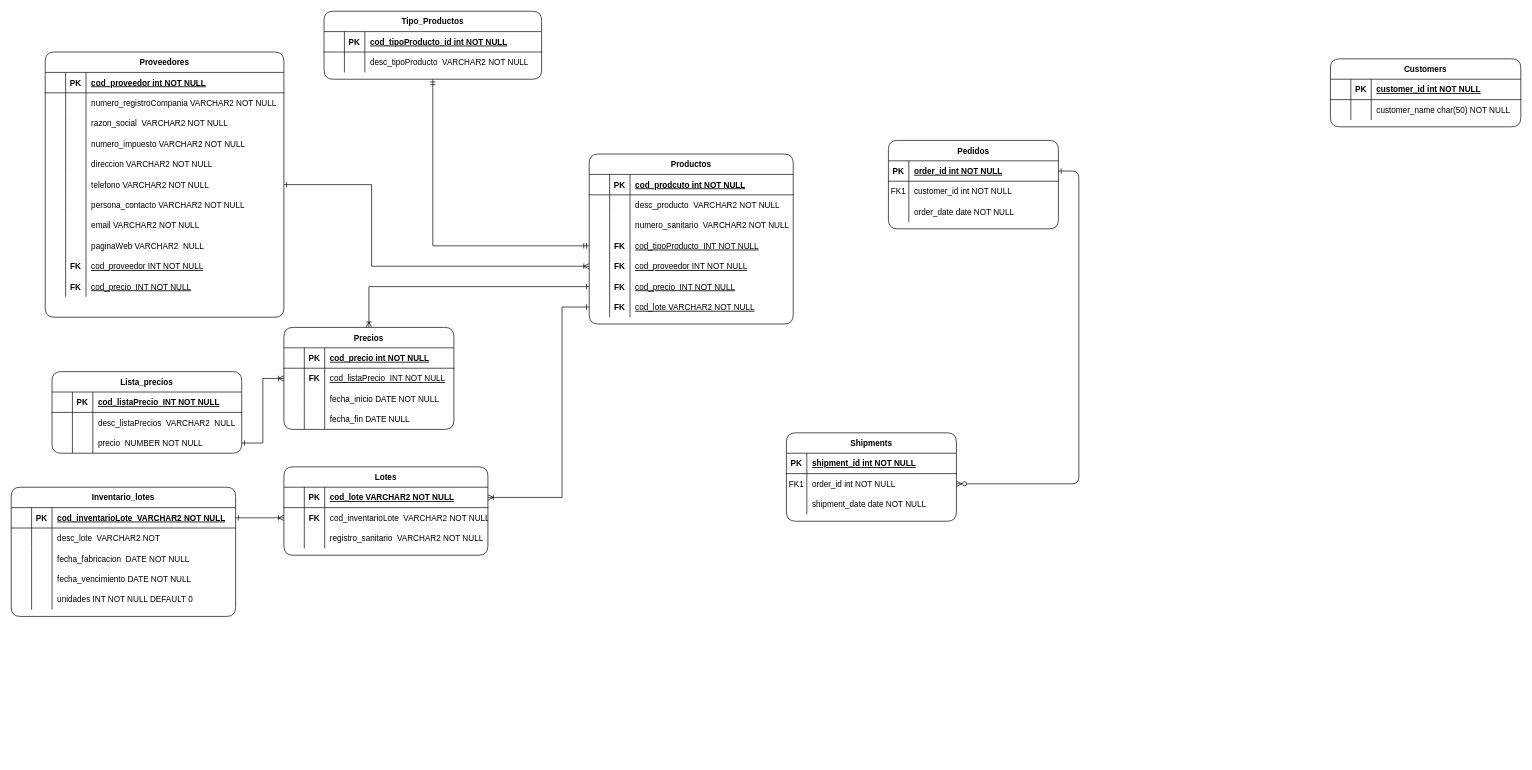
frankddiazr/InteligenciadeNegociosActividades keeps this draw.io diagram as Actividad1.drawio. Above is the earlier version. Source tidied: cells renumbered, new cells numbered last; positions are measured from the earlier drawing's top-left corner, leaving out a move shared by most shapes. Both pictures are drawn from the tidied source at 68%, with x=0, y=0 at pixel (11, 11).
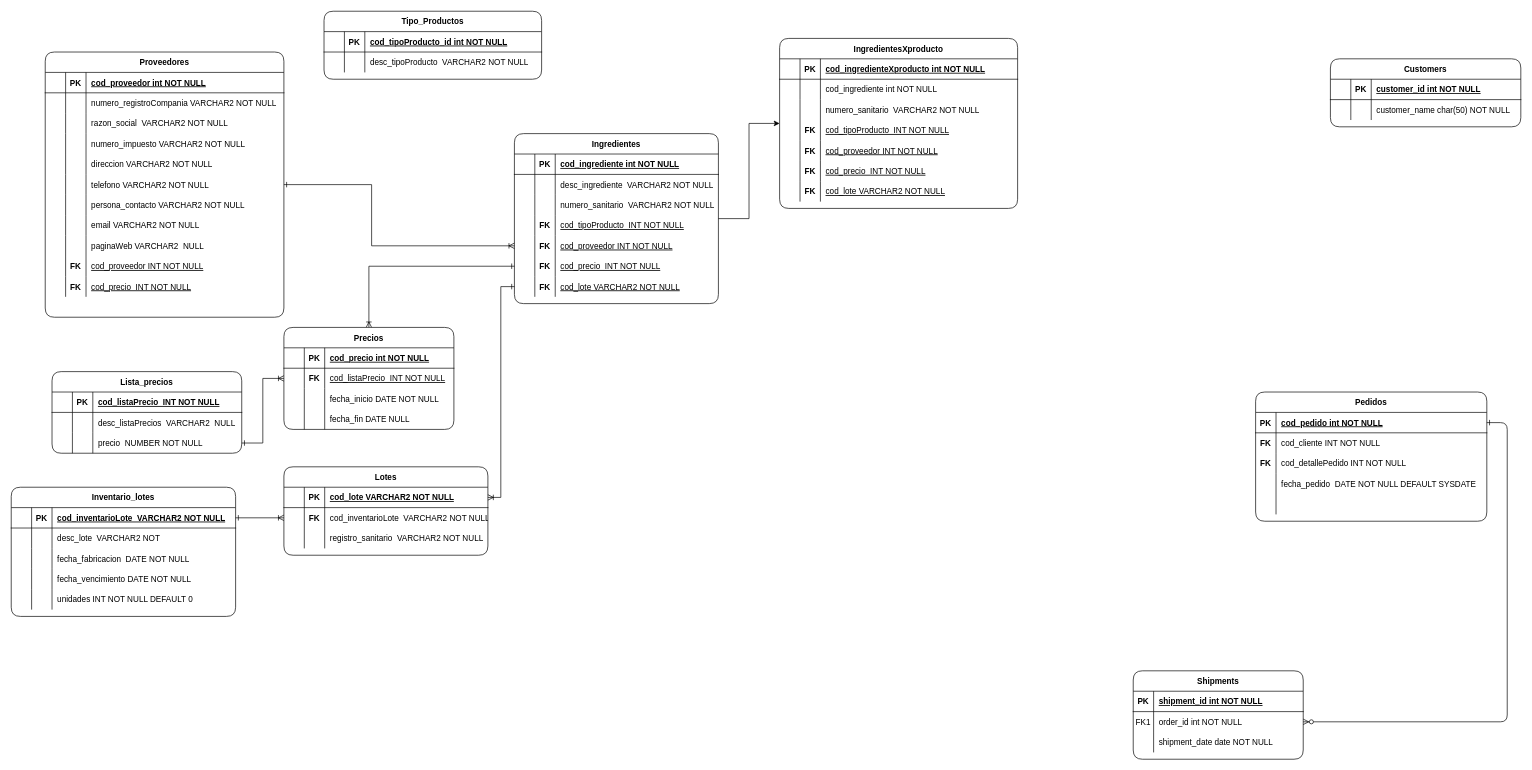
The same diagram, later.

The change refers to these unchanged cells:
```xml
<mxCell id="36" style="shape=partialRectangle;fillColor=none;top=0;left=0;right=0;bottom=1;" parent="35" vertex="1">
  <mxGeometry y="30" width="300" height="30" as="geometry" />
</mxCell>
<mxCell id="40" style="shape=partialRectangle;fillColor=none;top=0;left=0;right=0;bottom=0;" parent="35" vertex="1">
  <mxGeometry y="60" width="300" height="30" as="geometry" />
</mxCell>
<mxCell id="48" style="shape=partialRectangle;fillColor=none;points=[[0,0.5],[1,0.5]];portConstraint=eastwest;top=0;left=0;right=0;bottom=0;" parent="35" vertex="1">
  <mxGeometry y="120" width="300" height="30" as="geometry" />
</mxCell>
<mxCell id="52" style="shape=partialRectangle;fillColor=none;points=[[0,0.5],[1,0.5]];portConstraint=eastwest;top=0;left=0;right=0;bottom=0;" parent="35" vertex="1">
  <mxGeometry y="150" width="300" height="30" as="geometry" />
</mxCell>
<mxCell id="60" style="shape=partialRectangle;fillColor=none;points=[[0,0.5],[1,0.5]];portConstraint=eastwest;top=0;left=0;right=0;bottom=0;" parent="35" vertex="1">
  <mxGeometry y="210" width="300" height="30" as="geometry" />
</mxCell>
<mxCell id="64" value="Tipo_Productos" style="shape=table;startSize=30;childLayout=tableLayout;rowLines=0;fontStyle=1;align=center;sketch=0;shadow=0;rounded=1;swimlaneLine=1;" parent="1" vertex="1">
  <mxGeometry x="460" width="320" height="100" as="geometry" />
</mxCell>
<mxCell id="74" value="Proveedores" style="shape=table;startSize=30;childLayout=tableLayout;rowLines=0;fontStyle=1;align=center;sketch=0;shadow=0;rounded=1;swimlaneLine=1;" parent="1" vertex="1">
  <mxGeometry x="50" y="60" width="351" height="390" as="geometry" />
</mxCell>
<mxCell id="172" style="shape=partialRectangle;fillColor=none;points=[[0,0.5],[1,0.5]];portConstraint=eastwest;top=0;left=0;right=0;bottom=1;" parent="171" vertex="1">
  <mxGeometry y="30" width="300" height="30" as="geometry" />
</mxCell>
```

The edit, as a diff of the source:
```diff
@@
     <mxCell id="3" value="Pedidos" style="shape=table;startSize=30;childLayout=tableLayout;rowLines=0;fontStyle=1;align=center;rounded=1;" parent="1" vertex="1">
-      <mxGeometry x="1290" y="190" width="250" height="130" as="geometry" />
+      <mxGeometry x="1830" y="560" width="340" height="190" as="geometry" />
     </mxCell>
     <mxCell id="4" style="shape=partialRectangle;fillColor=none;points=[[0,0.5],[1,0.5]];portConstraint=eastwest;top=0;left=0;right=0;bottom=1;" parent="3" vertex="1">
-      <mxGeometry y="30" width="250" height="30" as="geometry" />
+      <mxGeometry y="30" width="340" height="30" as="geometry" />
     </mxCell>
@@
-    <mxCell id="6" value="order_id int NOT NULL " style="shape=partialRectangle;overflow=hidden;fillColor=none;top=0;left=0;bottom=0;right=0;align=left;spacingLeft=6;fontStyle=5;" parent="4" vertex="1">
-      <mxGeometry x="30" width="220" height="30" as="geometry" />
+    <mxCell id="6" value="cod_pedido int NOT NULL " style="shape=partialRectangle;overflow=hidden;fillColor=none;top=0;left=0;bottom=0;right=0;align=left;spacingLeft=6;fontStyle=5;" parent="4" vertex="1">
+      <mxGeometry x="30" width="310" height="30" as="geometry" />
     </mxCell>
     <mxCell id="7" style="shape=partialRectangle;fillColor=none;top=0;left=0;right=0;bottom=0;" parent="3" vertex="1">
-      <mxGeometry y="60" width="250" height="30" as="geometry" />
+      <mxGeometry y="60" width="340" height="30" as="geometry" />
     </mxCell>
-    <mxCell id="8" value="FK1" style="shape=partialRectangle;overflow=hidden;fillColor=none;top=0;left=0;bottom=0;right=0;" parent="7" vertex="1">
+    <mxCell id="8" value="FK" style="shape=partialRectangle;overflow=hidden;fillColor=none;top=0;left=0;bottom=0;right=0;fontStyle=1;" parent="7" vertex="1">
       <mxGeometry width="30" height="30" as="geometry" />
     </mxCell>
-    <mxCell id="9" value="customer_id int NOT NULL" style="shape=partialRectangle;overflow=hidden;fillColor=none;top=0;left=0;bottom=0;right=0;align=left;spacingLeft=6;" parent="7" vertex="1">
-      <mxGeometry x="30" width="220" height="30" as="geometry" />
+    <mxCell id="9" value="cod_cliente INT NOT NULL" style="shape=partialRectangle;overflow=hidden;fillColor=none;top=0;left=0;bottom=0;right=0;align=left;spacingLeft=6;" parent="7" vertex="1">
+      <mxGeometry x="30" width="310" height="30" as="geometry" />
     </mxCell>
     <mxCell id="10" style="shape=partialRectangle;fillColor=none;top=0;left=0;right=0;bottom=0;" parent="3" vertex="1">
-      <mxGeometry y="90" width="250" height="30" as="geometry" />
+      <mxGeometry y="90" width="340" height="30" as="geometry" />
     </mxCell>
-    <mxCell id="11" style="shape=partialRectangle;overflow=hidden;fillColor=none;top=0;left=0;bottom=0;right=0;" parent="10" vertex="1">
+    <mxCell id="11" value="FK" style="shape=partialRectangle;overflow=hidden;fillColor=none;top=0;left=0;bottom=0;right=0;fontStyle=1;" parent="10" vertex="1">
       <mxGeometry width="30" height="30" as="geometry" />
     </mxCell>
-    <mxCell id="12" value="order_date date NOT NULL" style="shape=partialRectangle;overflow=hidden;fillColor=none;top=0;left=0;bottom=0;right=0;align=left;spacingLeft=6;" parent="10" vertex="1">
-      <mxGeometry x="30" width="220" height="30" as="geometry" />
+    <mxCell id="12" value="cod_detallePedido INT NOT NULL" style="shape=partialRectangle;overflow=hidden;fillColor=none;top=0;left=0;bottom=0;right=0;align=left;spacingLeft=6;" parent="10" vertex="1">
+      <mxGeometry x="30" width="310" height="30" as="geometry" />
     </mxCell>
+    <mxCell id="185" style="shape=partialRectangle;fillColor=none;top=0;left=0;right=0;bottom=0;" parent="3" vertex="1">
+      <mxGeometry y="120" width="340" height="30" as="geometry" />
+    </mxCell>
+    <mxCell id="186" style="shape=partialRectangle;overflow=hidden;fillColor=none;top=0;left=0;bottom=0;right=0;fontStyle=1;" parent="185" vertex="1">
+      <mxGeometry width="30" height="30" as="geometry" />
+    </mxCell>
+    <mxCell id="187" value="fecha_pedido  DATE NOT NULL DEFAULT SYSDATE" style="shape=partialRectangle;overflow=hidden;fillColor=none;top=0;left=0;bottom=0;right=0;align=left;spacingLeft=6;" parent="185" vertex="1">
+      <mxGeometry x="30" width="310" height="30" as="geometry" />
+    </mxCell>
+    <mxCell id="188" style="shape=partialRectangle;fillColor=none;top=0;left=0;right=0;bottom=0;" parent="3" vertex="1">
+      <mxGeometry y="150" width="340" height="30" as="geometry" />
+    </mxCell>
+    <mxCell id="189" style="shape=partialRectangle;overflow=hidden;fillColor=none;top=0;left=0;bottom=0;right=0;fontStyle=1;" parent="188" vertex="1">
+      <mxGeometry width="30" height="30" as="geometry" />
+    </mxCell>
+    <mxCell id="190" style="shape=partialRectangle;overflow=hidden;fillColor=none;top=0;left=0;bottom=0;right=0;align=left;spacingLeft=6;" parent="188" vertex="1">
+      <mxGeometry x="30" width="310" height="30" as="geometry" />
+    </mxCell>
     <mxCell id="13" value="Shipments" style="shape=table;startSize=30;childLayout=tableLayout;rowLines=0;fontStyle=1;align=center;rounded=1;" parent="1" vertex="1">
-      <mxGeometry x="1140" y="620" width="250" height="130" as="geometry" />
+      <mxGeometry x="1650" y="970" width="250" height="130" as="geometry" />
     </mxCell>
@@
     <mxCell id="32" style="edgeStyle=orthogonalEdgeStyle;rounded=0;jettySize=auto;html=1;startArrow=ERoneToMany;startFill=0;endArrow=ERone;endFill=0;exitX=0;exitY=0.5;exitDx=0;exitDy=0;" parent="1" edge="1" source="52" target="74">
       <mxGeometry relative="1" as="geometry">
         <Array as="points">
-          <mxPoint x="530" y="375" />
+          <mxPoint x="530" y="345" />
           <mxPoint x="530" y="255" />
         </Array>
       </mxGeometry>
     </mxCell>
@@
     <mxCell id="34" style="edgeStyle=orthogonalEdgeStyle;rounded=0;jettySize=auto;html=1;exitX=0;exitY=0.5;exitDx=0;exitDy=0;entryX=1;entryY=0.5;entryDx=0;entryDy=0;startArrow=ERone;startFill=0;endArrow=ERoneToMany;endFill=0;" parent="1" edge="1" source="60" target="172">
       <mxGeometry relative="1" as="geometry">
         <Array as="points">
-          <mxPoint x="810" y="435" />
-          <mxPoint x="810" y="715" />
+          <mxPoint x="720" y="405" />
+          <mxPoint x="720" y="715" />
         </Array>
       </mxGeometry>
     </mxCell>
+    <mxCell id="191" style="edgeStyle=orthogonalEdgeStyle;rounded=0;jettySize=auto;html=1;" parent="1" edge="1" source="35" target="192">
+      <mxGeometry relative="1" as="geometry" />
+    </mxCell>
-    <mxCell id="35" value="Productos" style="shape=table;startSize=30;childLayout=tableLayout;rowLines=0;fontStyle=1;align=center;sketch=0;shadow=0;rounded=1;swimlaneLine=1;" parent="1" vertex="1">
-      <mxGeometry x="850" y="210" width="300" height="250" as="geometry" />
+    <mxCell id="35" value="Ingredientes" style="shape=table;startSize=30;childLayout=tableLayout;rowLines=0;fontStyle=1;align=center;sketch=0;shadow=0;rounded=1;swimlaneLine=1;" parent="1" vertex="1">
+      <mxGeometry x="740" y="180" width="300" height="250" as="geometry" />
     </mxCell>
@@
-    <mxCell id="39" value="cod_prodcuto int NOT NULL " style="shape=partialRectangle;overflow=hidden;fillColor=none;top=0;left=0;bottom=0;right=0;align=left;spacingLeft=6;fontStyle=5;" parent="36" vertex="1">
+    <mxCell id="39" value="cod_ingrediente int NOT NULL " style="shape=partialRectangle;overflow=hidden;fillColor=none;top=0;left=0;bottom=0;right=0;align=left;spacingLeft=6;fontStyle=5;" parent="36" vertex="1">
       <mxGeometry x="60" width="240" height="30" as="geometry" />
     </mxCell>
@@
-    <mxCell id="43" value="desc_producto  VARCHAR2 NOT NULL" style="shape=partialRectangle;overflow=hidden;fillColor=none;top=0;left=0;bottom=0;right=0;align=left;spacingLeft=6;strokeWidth=1;perimeterSpacing=1;" parent="40" vertex="1">
+    <mxCell id="43" value="desc_ingrediente  VARCHAR2 NOT NULL" style="shape=partialRectangle;overflow=hidden;fillColor=none;top=0;left=0;bottom=0;right=0;align=left;spacingLeft=6;strokeWidth=1;perimeterSpacing=1;" parent="40" vertex="1">
       <mxGeometry x="60" width="240" height="30" as="geometry" />
     </mxCell>
@@
-    <mxCell id="73" style="edgeStyle=orthogonalEdgeStyle;rounded=0;jettySize=auto;html=1;entryX=0.5;entryY=1;entryDx=0;entryDy=0;startArrow=ERmandOne;startFill=0;endArrow=ERmandOne;endFill=0;exitX=0;exitY=0.5;exitDx=0;exitDy=0;" parent="1" edge="1" source="48" target="64">
-      <mxGeometry relative="1" as="geometry" />
-    </mxCell>
@@
+    <mxCell id="192" value="IngredientesXproducto" style="shape=table;startSize=30;childLayout=tableLayout;rowLines=0;fontStyle=1;align=center;sketch=0;shadow=0;rounded=1;swimlaneLine=1;" parent="1" vertex="1">
+      <mxGeometry x="1130" y="40" width="350" height="250" as="geometry" />
+    </mxCell>
+    <mxCell id="193" style="shape=partialRectangle;fillColor=none;top=0;left=0;right=0;bottom=1;" parent="192" vertex="1">
+      <mxGeometry y="30" width="350" height="30" as="geometry" />
+    </mxCell>
+    <mxCell id="194" style="shape=partialRectangle;overflow=hidden;fillColor=none;top=0;left=0;bottom=0;right=0;fontStyle=1;" parent="193" vertex="1">
+      <mxGeometry width="30" height="30" as="geometry" />
+    </mxCell>
+    <mxCell id="195" value="PK" style="shape=partialRectangle;overflow=hidden;fillColor=none;top=0;left=0;bottom=0;right=0;fontStyle=1;" parent="193" vertex="1">
+      <mxGeometry x="30" width="30" height="30" as="geometry" />
+    </mxCell>
+    <mxCell id="196" value="cod_ingredienteXproducto int NOT NULL" style="shape=partialRectangle;overflow=hidden;fillColor=none;top=0;left=0;bottom=0;right=0;align=left;spacingLeft=6;fontStyle=5;" parent="193" vertex="1">
+      <mxGeometry x="60" width="290" height="30" as="geometry" />
+    </mxCell>
+    <mxCell id="197" style="shape=partialRectangle;fillColor=none;top=0;left=0;right=0;bottom=0;" parent="192" vertex="1">
+      <mxGeometry y="60" width="350" height="30" as="geometry" />
+    </mxCell>
+    <mxCell id="198" style="shape=partialRectangle;overflow=hidden;fillColor=none;top=0;left=0;bottom=0;right=0;" parent="197" vertex="1">
+      <mxGeometry width="30" height="30" as="geometry" />
+    </mxCell>
+    <mxCell id="199" style="shape=partialRectangle;overflow=hidden;fillColor=none;top=0;left=0;bottom=0;right=0;" parent="197" vertex="1">
+      <mxGeometry x="30" width="30" height="30" as="geometry" />
+    </mxCell>
+    <mxCell id="200" value="cod_ingrediente int NOT NULL" style="shape=partialRectangle;overflow=hidden;fillColor=none;top=0;left=0;bottom=0;right=0;align=left;spacingLeft=6;strokeWidth=1;perimeterSpacing=1;" parent="197" vertex="1">
+      <mxGeometry x="60" width="290" height="30" as="geometry" />
+    </mxCell>
+    <mxCell id="201" style="shape=partialRectangle;fillColor=none;top=0;left=0;right=0;bottom=0;" parent="192" vertex="1">
+      <mxGeometry y="90" width="350" height="30" as="geometry" />
+    </mxCell>
+    <mxCell id="202" style="shape=partialRectangle;overflow=hidden;fillColor=none;top=0;left=0;bottom=0;right=0;" parent="201" vertex="1">
+      <mxGeometry width="30" height="30" as="geometry" />
+    </mxCell>
+    <mxCell id="203" style="shape=partialRectangle;overflow=hidden;fillColor=none;top=0;left=0;bottom=0;right=0;" parent="201" vertex="1">
+      <mxGeometry x="30" width="30" height="30" as="geometry" />
+    </mxCell>
+    <mxCell id="204" value="numero_sanitario  VARCHAR2 NOT NULL" style="shape=partialRectangle;overflow=hidden;fillColor=none;top=0;left=0;bottom=0;right=0;align=left;spacingLeft=6;strokeWidth=1;perimeterSpacing=1;" parent="201" vertex="1">
+      <mxGeometry x="60" width="290" height="30" as="geometry" />
+    </mxCell>
+    <mxCell id="205" style="shape=partialRectangle;fillColor=none;top=0;left=0;right=0;bottom=0;" parent="192" vertex="1">
+      <mxGeometry y="120" width="350" height="30" as="geometry" />
+    </mxCell>
+    <mxCell id="206" style="shape=partialRectangle;overflow=hidden;fillColor=none;top=0;left=0;bottom=0;right=0;" parent="205" vertex="1">
+      <mxGeometry width="30" height="30" as="geometry" />
+    </mxCell>
+    <mxCell id="207" value="FK" style="shape=partialRectangle;overflow=hidden;fillColor=none;top=0;left=0;bottom=0;right=0;fontStyle=1;" parent="205" vertex="1">
+      <mxGeometry x="30" width="30" height="30" as="geometry" />
+    </mxCell>
+    <mxCell id="208" value="cod_tipoProducto  INT NOT NULL" style="shape=partialRectangle;overflow=hidden;fillColor=none;top=0;left=0;bottom=0;right=0;align=left;spacingLeft=6;fontStyle=4;" parent="205" vertex="1">
+      <mxGeometry x="60" width="290" height="30" as="geometry" />
+    </mxCell>
+    <mxCell id="209" style="shape=partialRectangle;fillColor=none;top=0;left=0;right=0;bottom=0;" parent="192" vertex="1">
+      <mxGeometry y="150" width="350" height="30" as="geometry" />
+    </mxCell>
+    <mxCell id="210" style="shape=partialRectangle;overflow=hidden;fillColor=none;top=0;left=0;bottom=0;right=0;" parent="209" vertex="1">
+      <mxGeometry width="30" height="30" as="geometry" />
+    </mxCell>
+    <mxCell id="211" value="FK" style="shape=partialRectangle;overflow=hidden;fillColor=none;top=0;left=0;bottom=0;right=0;fontStyle=1;" parent="209" vertex="1">
+      <mxGeometry x="30" width="30" height="30" as="geometry" />
+    </mxCell>
+    <mxCell id="212" value="cod_proveedor INT NOT NULL" style="shape=partialRectangle;overflow=hidden;fillColor=none;top=0;left=0;bottom=0;right=0;align=left;spacingLeft=6;fontStyle=4;" parent="209" vertex="1">
+      <mxGeometry x="60" width="290" height="30" as="geometry" />
+    </mxCell>
+    <mxCell id="213" style="shape=partialRectangle;fillColor=none;top=0;left=0;right=0;bottom=0;" parent="192" vertex="1">
+      <mxGeometry y="180" width="350" height="30" as="geometry" />
+    </mxCell>
+    <mxCell id="214" style="shape=partialRectangle;overflow=hidden;fillColor=none;top=0;left=0;bottom=0;right=0;" parent="213" vertex="1">
+      <mxGeometry width="30" height="30" as="geometry" />
+    </mxCell>
+    <mxCell id="215" value="FK" style="shape=partialRectangle;overflow=hidden;fillColor=none;top=0;left=0;bottom=0;right=0;fontStyle=1;" parent="213" vertex="1">
+      <mxGeometry x="30" width="30" height="30" as="geometry" />
+    </mxCell>
+    <mxCell id="216" value="cod_precio  INT NOT NULL" style="shape=partialRectangle;overflow=hidden;fillColor=none;top=0;left=0;bottom=0;right=0;align=left;spacingLeft=6;fontStyle=4;" parent="213" vertex="1">
+      <mxGeometry x="60" width="290" height="30" as="geometry" />
+    </mxCell>
+    <mxCell id="217" style="shape=partialRectangle;fillColor=none;top=0;left=0;right=0;bottom=0;" parent="192" vertex="1">
+      <mxGeometry y="210" width="350" height="30" as="geometry" />
+    </mxCell>
+    <mxCell id="218" style="shape=partialRectangle;overflow=hidden;fillColor=none;top=0;left=0;bottom=0;right=0;" parent="217" vertex="1">
+      <mxGeometry width="30" height="30" as="geometry" />
+    </mxCell>
+    <mxCell id="219" value="FK" style="shape=partialRectangle;overflow=hidden;fillColor=none;top=0;left=0;bottom=0;right=0;fontStyle=1;" parent="217" vertex="1">
+      <mxGeometry x="30" width="30" height="30" as="geometry" />
+    </mxCell>
+    <mxCell id="220" value="cod_lote VARCHAR2 NOT NULL" style="shape=partialRectangle;overflow=hidden;fillColor=none;top=0;left=0;bottom=0;right=0;align=left;spacingLeft=6;fontStyle=4;" parent="217" vertex="1">
+      <mxGeometry x="60" width="290" height="30" as="geometry" />
+    </mxCell>
```
